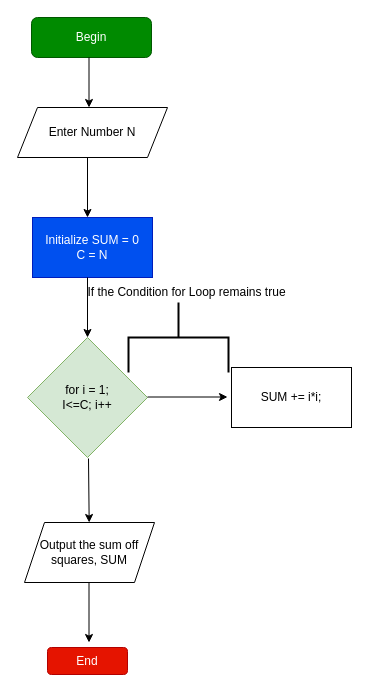
The draw.io diagram Untitled Diagram.drawio in willy4opera/Chat-and-Diagrams, before the edit. Source tidied: cells renumbered, new cells numbered last; positions are measured from the earlier drawing's top-left corner, leaving out a move shared by most shapes. Both pictures are drawn from the tidied source at 100%, with x=0, y=0 at pixel (17, 17).
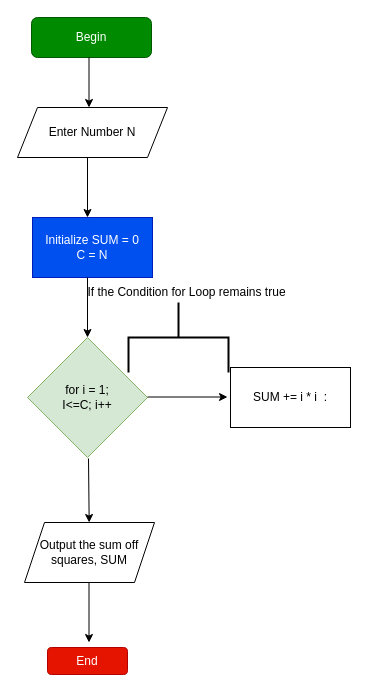
The same diagram, later.

Change to the diagram source:
```diff
@@
-    <mxCell id="10" value="SUM += i*i; " style="rounded=0;whiteSpace=wrap;html=1;" parent="1" vertex="1">
-      <mxGeometry x="214" y="350" width="120" height="60" as="geometry" />
+    <mxCell id="10" value="SUM += i * i&amp;nbsp; :" style="rounded=0;whiteSpace=wrap;html=1;" parent="1" vertex="1">
+      <mxGeometry x="213" y="350" width="120" height="60" as="geometry" />
     </mxCell>
```
